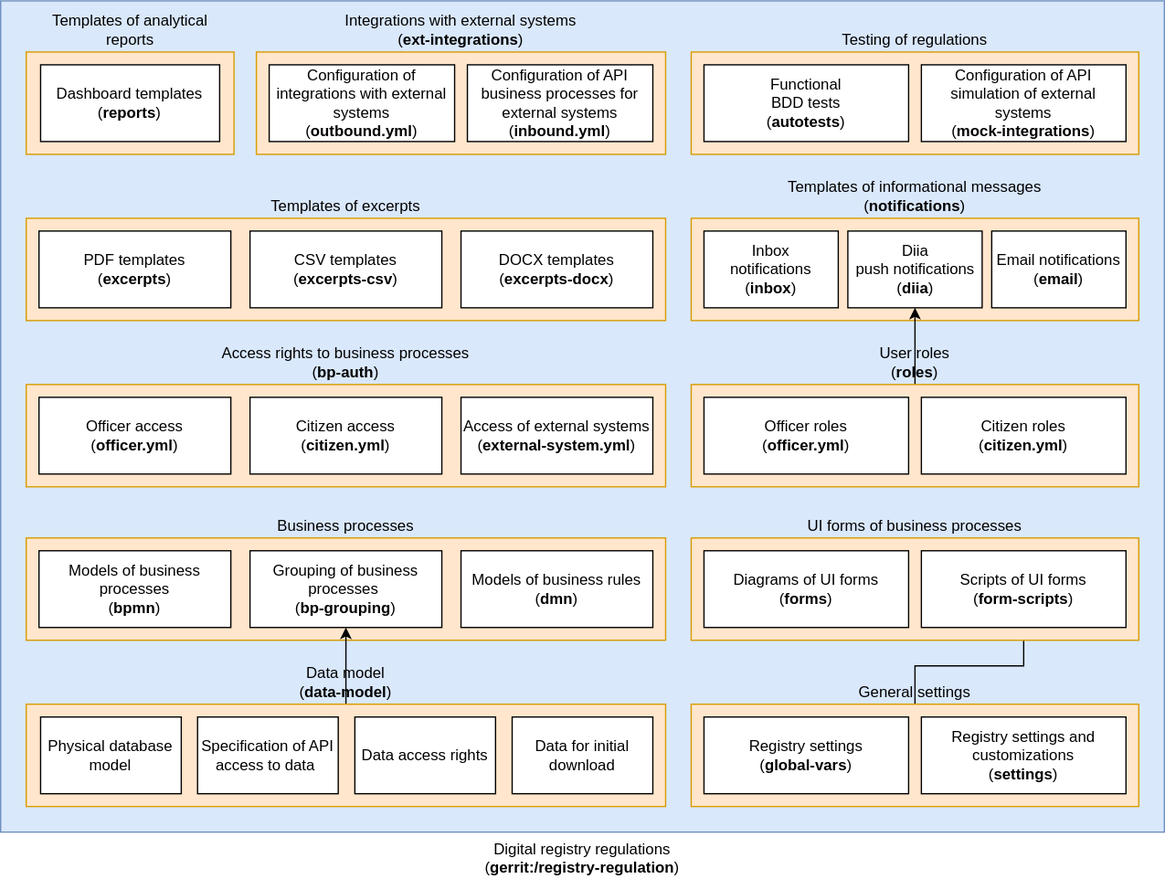
Before: docs/en/modules/arch/images/architecture/registry/administrative/regulation-management/registry-regulation/regulation-structure.svg, a diagram exported from draw.io (epam/edp-ddm-architecture). Source tidied: cells renumbered, new cells last; positions are measured from the earlier drawing's top-left corner, leaving out a move shared by most shapes.
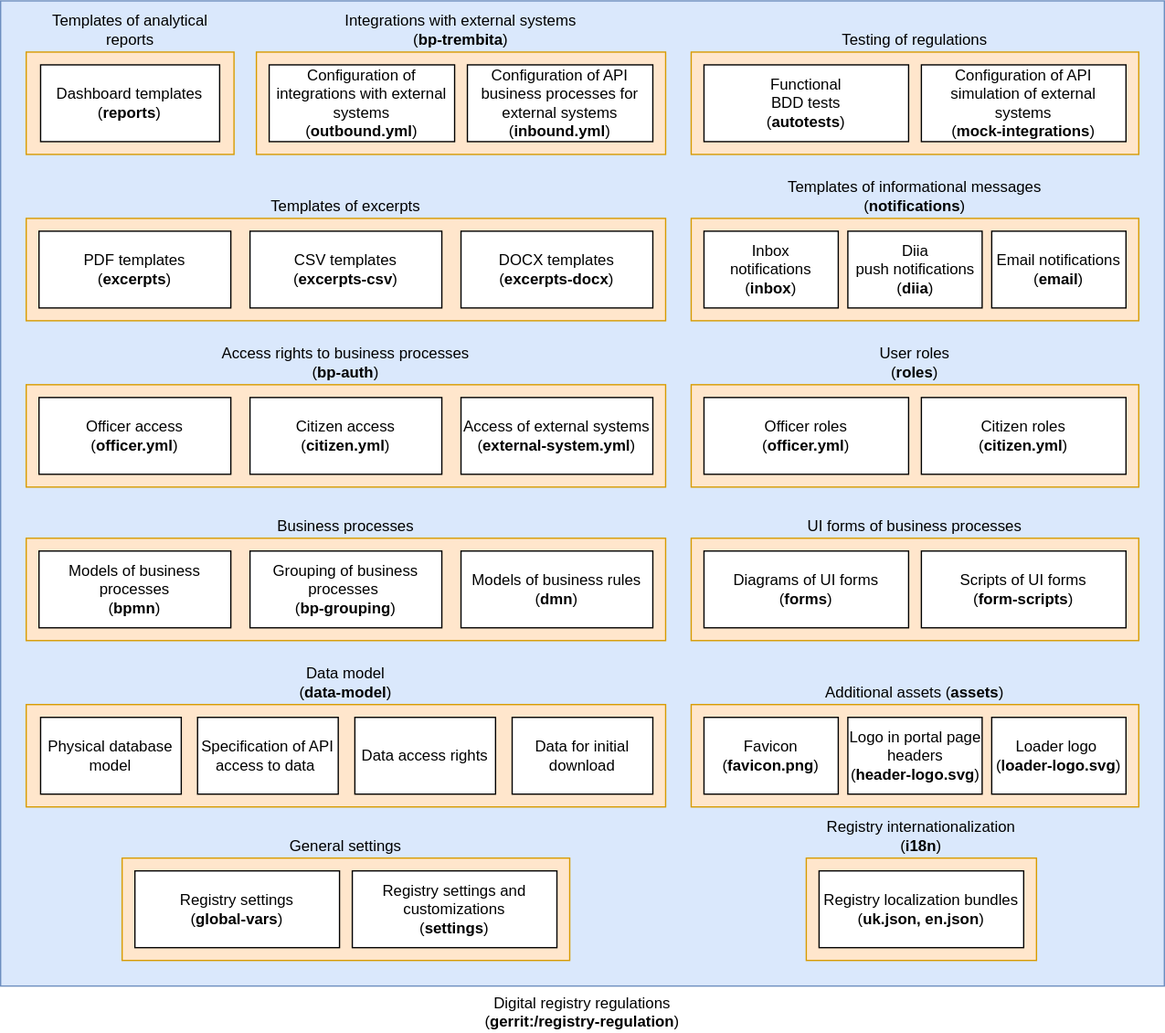
After the commit.

Commit message:
[EDP-DDM-31281] Update registry regulation architecture documentation with registry-regulations localization

What changed in the source:
```diff
@@ -3,17 +3,11 @@
     <mxCell id="0" />
     <mxCell id="1" parent="0" />
     <mxCell id="2" value="Digital registry regulations&lt;br&gt;(&lt;b&gt;gerrit:/registry-regulation&lt;/b&gt;)" style="rounded=0;whiteSpace=wrap;html=1;labelPosition=center;verticalLabelPosition=bottom;align=center;verticalAlign=top;fillColor=#dae8fc;strokeColor=#6c8ebf;" parent="1" vertex="1">
-      <mxGeometry width="910" height="650" as="geometry" />
+      <mxGeometry width="910" height="770" as="geometry" />
     </mxCell>
     <mxCell id="3" value="Testing of regulations" style="rounded=0;whiteSpace=wrap;html=1;labelPosition=center;verticalLabelPosition=top;align=center;verticalAlign=bottom;fillColor=#ffe6cc;strokeColor=#d79b00;" parent="1" vertex="1">
       <mxGeometry x="540" y="40" width="350" height="80" as="geometry" />
     </mxCell>
-    <mxCell id="4" style="edgeStyle=orthogonalEdgeStyle;rounded=0;jettySize=auto;html=1;" parent="1" edge="1" source="5" target="23">
-      <mxGeometry relative="1" as="geometry" />
-    </mxCell>
-    <mxCell id="5" value="General settings" style="rounded=0;whiteSpace=wrap;html=1;labelPosition=center;verticalLabelPosition=top;align=center;verticalAlign=bottom;fillColor=#ffe6cc;strokeColor=#d79b00;" parent="1" vertex="1">
-      <mxGeometry x="540" y="550" width="350" height="80" as="geometry" />
-    </mxCell>
     <mxCell id="6" value="Business processes" style="rounded=0;whiteSpace=wrap;html=1;labelPosition=center;verticalLabelPosition=top;align=center;verticalAlign=bottom;fillColor=#ffe6cc;strokeColor=#d79b00;" parent="1" vertex="1">
       <mxGeometry x="20" y="420" width="500" height="80" as="geometry" />
     </mxCell>
@@ -23,12 +17,6 @@
     <mxCell id="8" value="Models of business rules&lt;br&gt;(&lt;b&gt;dmn&lt;/b&gt;)" style="rounded=0;whiteSpace=wrap;html=1;" parent="1" vertex="1">
       <mxGeometry x="360" y="430" width="150" height="60" as="geometry" />
     </mxCell>
-    <mxCell id="9" value="Registry settings&lt;br&gt;(&lt;b&gt;global-vars&lt;/b&gt;)" style="rounded=0;whiteSpace=wrap;html=1;" parent="1" vertex="1">
-      <mxGeometry x="550" y="560" width="160" height="60" as="geometry" />
-    </mxCell>
-    <mxCell id="10" value="Registry settings and customizations&lt;br&gt;(&lt;b&gt;settings&lt;/b&gt;)" style="rounded=0;whiteSpace=wrap;html=1;" parent="1" vertex="1">
-      <mxGeometry x="720" y="560" width="160" height="60" as="geometry" />
-    </mxCell>
     <mxCell id="11" value="Officer access&lt;br&gt;(&lt;b&gt;officer.yml&lt;/b&gt;)" style="rounded=0;whiteSpace=wrap;html=1;" parent="1" vertex="1">
       <mxGeometry x="30" y="310" width="150" height="60" as="geometry" />
     </mxCell>
@@ -38,9 +26,6 @@
     <mxCell id="13" value="Access of external systems&lt;br&gt;(&lt;b&gt;external-system.yml&lt;/b&gt;)" style="rounded=0;whiteSpace=wrap;html=1;" parent="1" vertex="1">
       <mxGeometry x="360" y="310" width="150" height="60" as="geometry" />
     </mxCell>
-    <mxCell id="14" style="edgeStyle=orthogonalEdgeStyle;rounded=0;jettySize=auto;html=1;" parent="1" edge="1" source="15" target="28">
-      <mxGeometry relative="1" as="geometry" />
-    </mxCell>
     <mxCell id="15" value="Data model&lt;br&gt;(&lt;b&gt;data-model&lt;/b&gt;)" style="rounded=0;whiteSpace=wrap;html=1;labelPosition=center;verticalLabelPosition=top;align=center;verticalAlign=bottom;fillColor=#ffe6cc;strokeColor=#d79b00;" parent="1" vertex="1">
       <mxGeometry x="20" y="550" width="500" height="80" as="geometry" />
     </mxCell>
@@ -89,7 +74,7 @@
     <mxCell id="30" value="Configuration of API simulation of external systems&lt;br style=&quot;border-color: var(--border-color);&quot;&gt;(&lt;b style=&quot;border-color: var(--border-color);&quot;&gt;mock-integrations&lt;/b&gt;)" style="rounded=0;whiteSpace=wrap;html=1;" parent="1" vertex="1">
       <mxGeometry x="720" y="50" width="160" height="60" as="geometry" />
     </mxCell>
-    <mxCell id="31" value="Integrations with external systems&lt;br style=&quot;border-color: var(--border-color);&quot;&gt;(&lt;b style=&quot;border-color: var(--border-color);&quot;&gt;ext-integrations&lt;/b&gt;)" style="rounded=0;whiteSpace=wrap;html=1;labelPosition=center;verticalLabelPosition=top;align=center;verticalAlign=bottom;fillColor=#ffe6cc;strokeColor=#d79b00;" parent="1" vertex="1">
+    <mxCell id="31" value="Integrations with external systems&lt;br style=&quot;border-color: var(--border-color);&quot;&gt;(&lt;b style=&quot;border-color: var(--border-color);&quot;&gt;bp-trembita&lt;/b&gt;)" style="rounded=0;whiteSpace=wrap;html=1;labelPosition=center;verticalLabelPosition=top;align=center;verticalAlign=bottom;fillColor=#ffe6cc;strokeColor=#d79b00;" parent="1" vertex="1">
       <mxGeometry x="200" y="40" width="320" height="80" as="geometry" />
     </mxCell>
     <mxCell id="32" value="Configuration of integrations with external systems&lt;br&gt;(&lt;b&gt;outbound.yml&lt;/b&gt;)" style="rounded=0;whiteSpace=wrap;html=1;" parent="1" vertex="1">
@@ -107,9 +92,6 @@
     <mxCell id="36" value="Dashboard templates&lt;br&gt;(&lt;b&gt;reports&lt;/b&gt;)" style="rounded=0;whiteSpace=wrap;html=1;" parent="1" vertex="1">
       <mxGeometry x="31.2" y="50" width="140" height="60" as="geometry" />
     </mxCell>
-    <mxCell id="37" style="edgeStyle=orthogonalEdgeStyle;rounded=0;jettySize=auto;html=1;" parent="1" edge="1" source="38" target="26">
-      <mxGeometry relative="1" as="geometry" />
-    </mxCell>
     <mxCell id="38" value="User roles&lt;br&gt;(&lt;b&gt;roles&lt;/b&gt;)" style="rounded=0;whiteSpace=wrap;html=1;labelPosition=center;verticalLabelPosition=top;align=center;verticalAlign=bottom;fillColor=#ffe6cc;strokeColor=#d79b00;horizontal=1;spacingTop=0;" parent="1" vertex="1">
       <mxGeometry x="540" y="300" width="350" height="80" as="geometry" />
     </mxCell>
@@ -128,5 +110,41 @@
     <mxCell id="43" value="Data for initial download" style="rounded=0;whiteSpace=wrap;html=1;" parent="1" vertex="1">
       <mxGeometry x="400" y="560" width="110" height="60" as="geometry" />
     </mxCell>
+    <mxCell id="44" style="group;" parent="1" vertex="1">
+      <mxGeometry x="95" y="670" width="350" height="80" as="geometry" />
+    </mxCell>
+    <mxCell id="5" value="General settings" style="rounded=0;whiteSpace=wrap;html=1;labelPosition=center;verticalLabelPosition=top;align=center;verticalAlign=bottom;fillColor=#ffe6cc;strokeColor=#d79b00;" parent="44" vertex="1">
+      <mxGeometry width="350" height="80" as="geometry" />
+    </mxCell>
+    <mxCell id="9" value="Registry settings&lt;br&gt;(&lt;b&gt;global-vars&lt;/b&gt;)" style="rounded=0;whiteSpace=wrap;html=1;" parent="44" vertex="1">
+      <mxGeometry x="10" y="10" width="160" height="60" as="geometry" />
+    </mxCell>
+    <mxCell id="10" value="Registry settings and customizations&lt;br&gt;(&lt;b&gt;settings&lt;/b&gt;)" style="rounded=0;whiteSpace=wrap;html=1;" parent="44" vertex="1">
+      <mxGeometry x="180" y="10" width="160" height="60" as="geometry" />
+    </mxCell>
+    <mxCell id="45" style="group;" parent="1" vertex="1">
+      <mxGeometry x="540" y="550" width="350" height="80" as="geometry" />
+    </mxCell>
+    <mxCell id="46" value="Additional assets (&lt;b&gt;assets&lt;/b&gt;)" style="rounded=0;whiteSpace=wrap;html=1;labelPosition=center;verticalLabelPosition=top;align=center;verticalAlign=bottom;fillColor=#ffe6cc;strokeColor=#d79b00;" parent="45" vertex="1">
+      <mxGeometry width="350" height="80" as="geometry" />
+    </mxCell>
+    <mxCell id="47" value="Favicon&lt;br&gt;(&lt;b&gt;favicon.png&lt;/b&gt;)" style="rounded=0;whiteSpace=wrap;html=1;" parent="45" vertex="1">
+      <mxGeometry x="10" y="10" width="105" height="60" as="geometry" />
+    </mxCell>
+    <mxCell id="48" value="Logo in portal page headers&lt;br&gt;(&lt;b&gt;header-logo.svg&lt;/b&gt;)" style="rounded=0;whiteSpace=wrap;html=1;" parent="45" vertex="1">
+      <mxGeometry x="122.5" y="10" width="105" height="60" as="geometry" />
+    </mxCell>
+    <mxCell id="49" value="Loader logo&amp;nbsp;&lt;br&gt;(&lt;b&gt;loader-logo.svg&lt;/b&gt;)" style="rounded=0;whiteSpace=wrap;html=1;" parent="45" vertex="1">
+      <mxGeometry x="235" y="10" width="105" height="60" as="geometry" />
+    </mxCell>
+    <mxCell id="50" style="group;" parent="1" vertex="1">
+      <mxGeometry x="630" y="670" width="180" height="80" as="geometry" />
+    </mxCell>
+    <mxCell id="51" value="Registry internationalization (&lt;b&gt;i18n&lt;/b&gt;)" style="rounded=0;whiteSpace=wrap;html=1;labelPosition=center;verticalLabelPosition=top;align=center;verticalAlign=bottom;fillColor=#ffe6cc;strokeColor=#d79b00;" parent="50" vertex="1">
+      <mxGeometry width="180" height="80" as="geometry" />
+    </mxCell>
+    <mxCell id="52" value="Registry localization bundles&lt;br&gt;(&lt;b&gt;uk.json, en.json&lt;/b&gt;)" style="rounded=0;whiteSpace=wrap;html=1;" parent="50" vertex="1">
+      <mxGeometry x="10" y="10" width="160" height="60" as="geometry" />
+    </mxCell>
   </root>
 </mxGraphModel>
```
